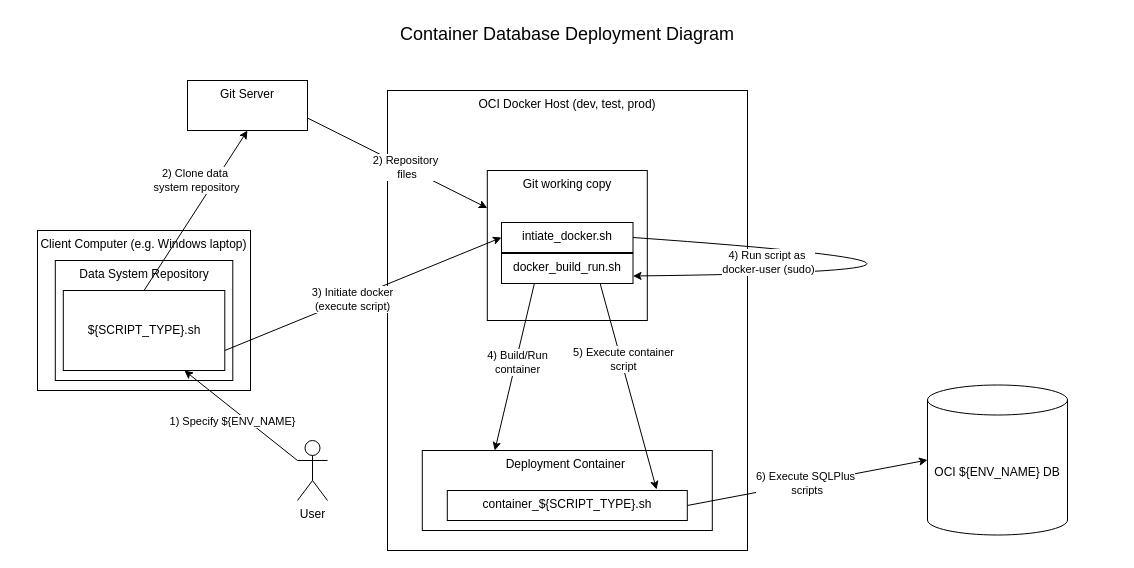
Before: diagrams/container_database_deployment_diagram.drawio in noaa-pifsc/pifsc-oracle-docker-deployments, a draw.io diagram. Source tidied: cells renumbered, new cells numbered last; positions are measured from the earlier drawing's top-left corner, leaving out a move shared by most shapes. Both pictures are drawn from the tidied source at 100%, with x=0, y=0 at pixel (17, 17).
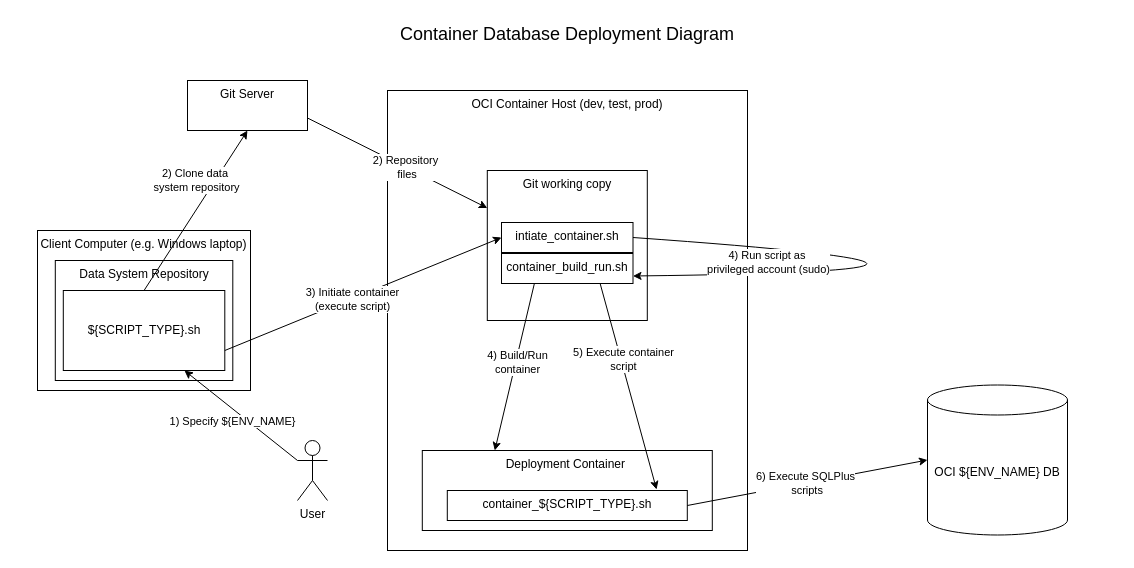
The same page after the edit.

Commit message (it also covers changes not shown here):
Updated diagram and host functions to change references from "docker" to the more general term "container"

Unchanged cells that the change refers to:
```xml
<mxCell id="12" style="endArrow=classic;html=1;rounded=0;entryX=0;entryY=0.5;entryDx=0;entryDy=0;exitX=1;exitY=0.75;exitDx=0;exitDy=0;" parent="1" edge="1" source="7" target="14">
  <mxGeometry relative="1" as="geometry" />
</mxCell>
<mxCell id="16" style="endArrow=classic;html=1;rounded=0;exitX=1;exitY=0.5;exitDx=0;exitDy=0;curved=1;entryX=1;entryY=0.75;entryDx=0;entryDy=0;" parent="1" edge="1" source="14" target="15">
  <mxGeometry relative="1" as="geometry">
    <Array as="points">
      <mxPoint x="1080" y="253" />
    </Array>
  </mxGeometry>
</mxCell>
```

Change to the diagram source:
```diff
@@
-    <mxCell id="2" value="OCI Docker Host (dev, test, prod)&lt;div&gt;&lt;br&gt;&lt;/div&gt;&lt;div&gt;&lt;br&gt;&lt;/div&gt;" style="rounded=0;whiteSpace=wrap;html=1;verticalAlign=top;" parent="1" vertex="1">
+    <mxCell id="2" value="OCI Container Host (dev, test, prod)&lt;div&gt;&lt;br&gt;&lt;/div&gt;&lt;div&gt;&lt;br&gt;&lt;/div&gt;" style="rounded=0;whiteSpace=wrap;html=1;verticalAlign=top;" parent="1" vertex="1">
       <mxGeometry x="370" y="73" width="360" height="460" as="geometry" />
     </mxCell>
@@
-    <mxCell id="13" value="3) Initiate docker&lt;div&gt;(execute script)&lt;/div&gt;" style="edgeLabel;html=1;align=center;verticalAlign=middle;" parent="12" vertex="1">
+    <mxCell id="13" value="3) Initiate container&lt;div&gt;(execute script)&lt;/div&gt;" style="edgeLabel;html=1;align=center;verticalAlign=middle;" parent="12" vertex="1">
       <mxGeometry x="-0.08" relative="1" as="geometry" />
     </mxCell>
-    <mxCell id="14" value="intiate_docker.sh" style="rounded=0;whiteSpace=wrap;html=1;verticalAlign=top;" parent="1" vertex="1">
+    <mxCell id="14" value="intiate_container.sh" style="rounded=0;whiteSpace=wrap;html=1;verticalAlign=top;" parent="1" vertex="1">
       <mxGeometry x="484" y="205" width="131.5" height="30" as="geometry" />
     </mxCell>
-    <mxCell id="15" value="docker_build_run.sh" style="rounded=0;whiteSpace=wrap;html=1;verticalAlign=top;" parent="1" vertex="1">
+    <mxCell id="15" value="container_build_run.sh" style="rounded=0;whiteSpace=wrap;html=1;verticalAlign=top;" parent="1" vertex="1">
       <mxGeometry x="484" y="236" width="131.5" height="30" as="geometry" />
     </mxCell>
@@
-    <mxCell id="17" value="4) Run script as&amp;nbsp;&lt;div&gt;docker-user (sudo)&lt;/div&gt;" style="edgeLabel;html=1;align=center;verticalAlign=middle;" parent="16" vertex="1">
+    <mxCell id="17" value="4) Run script as&amp;nbsp;&lt;div&gt;privileged account (sudo)&lt;/div&gt;" style="edgeLabel;html=1;align=center;verticalAlign=middle;" parent="16" vertex="1">
       <mxGeometry x="-0.5" y="-8" relative="1" as="geometry">
         <mxPoint x="-97" as="offset" />
       </mxGeometry>
     </mxCell>
```
